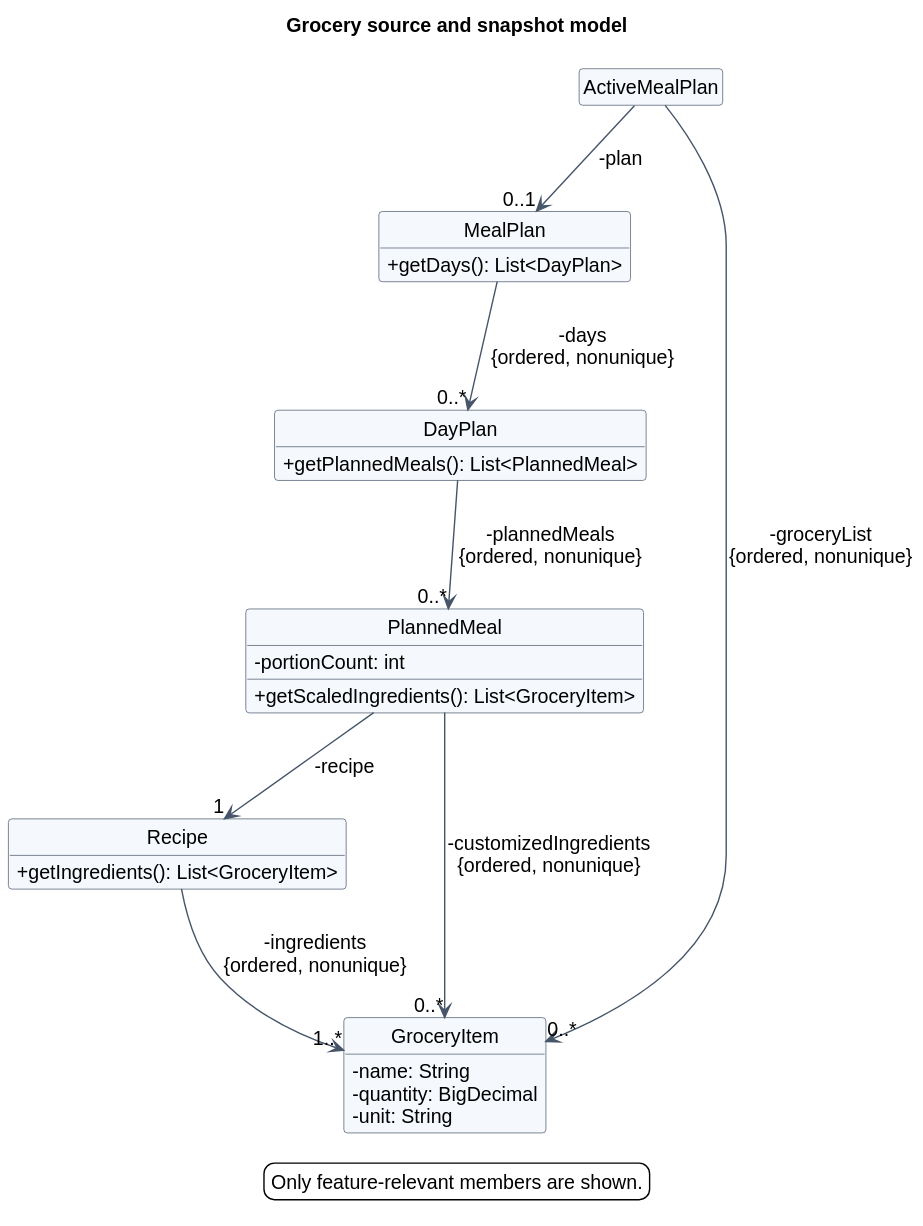
Before: docs/images/oilybikechain/grocery-model-classes.svg, a diagram exported from PlantUML (Rixte/tp). Source of this version:
```plantuml
@startuml
!pragma layout smetana
!include ../rixte/shortfall/style.iuml
hide circle

title Grocery source and snapshot model
top to bottom direction
skinparam nodesep 35
skinparam ranksep 55
hide empty members

class ActiveMealPlan
class MealPlan {
  + getDays(): List<DayPlan>
}
class DayPlan {
  + getPlannedMeals(): List<PlannedMeal>
}
class PlannedMeal {
  - portionCount: int
  + getScaledIngredients(): List<GroceryItem>
}
class Recipe {
  + getIngredients(): List<GroceryItem>
}
class GroceryItem {
  - name: String
  - quantity: BigDecimal
  - unit: String
}

ActiveMealPlan --> "0..1" MealPlan : -plan
ActiveMealPlan --> "0..*" GroceryItem : -groceryList\n{ordered, nonunique}
MealPlan --> "0..*" DayPlan : -days\n{ordered, nonunique}
DayPlan --> "0..*" PlannedMeal : -plannedMeals\n{ordered, nonunique}
PlannedMeal --> "1" Recipe : -recipe
PlannedMeal --> "0..*" GroceryItem : -customizedIngredients\n{ordered, nonunique}
Recipe --> "1..*" GroceryItem : -ingredients\n{ordered, nonunique}

legend bottom
  Only feature-relevant members are shown.
endlegend
@enduml
```
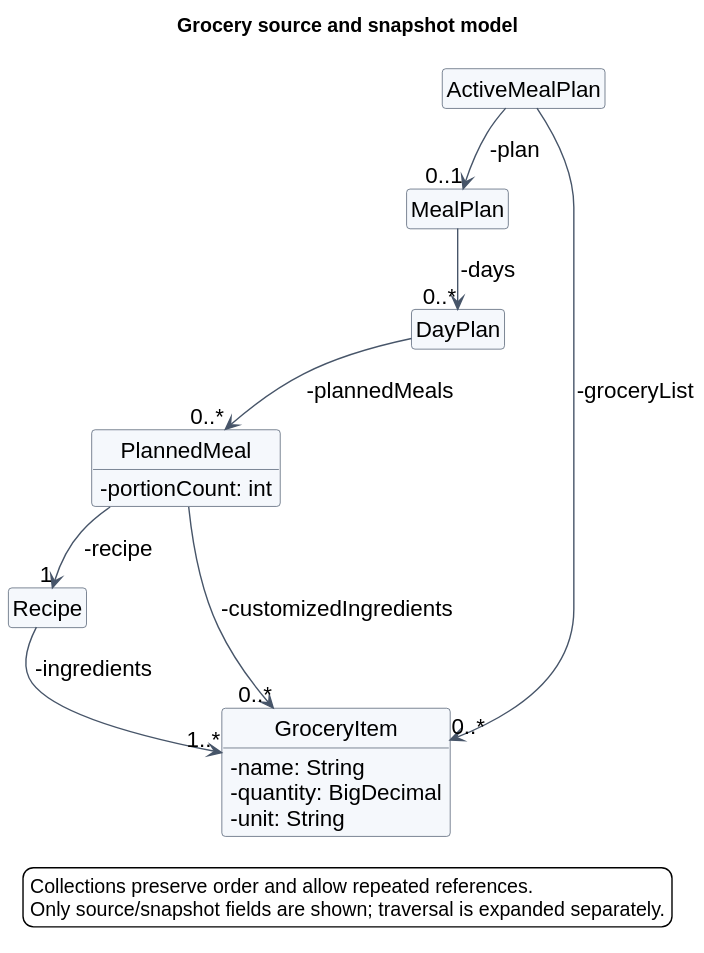
Above is the later version.

What changed in the source:
```diff
@@ -5,39 +5,35 @@
 
 title Grocery source and snapshot model
 top to bottom direction
-skinparam nodesep 35
-skinparam ranksep 55
+skinparam nodesep 30
+skinparam ranksep 35
+skinparam defaultFontSize 16
 hide empty members
 
 class ActiveMealPlan
-class MealPlan {
-  + getDays(): List<DayPlan>
-}
-class DayPlan {
-  + getPlannedMeals(): List<PlannedMeal>
-}
+class MealPlan
+class DayPlan
 class PlannedMeal {
   - portionCount: int
-  + getScaledIngredients(): List<GroceryItem>
 }
-class Recipe {
-  + getIngredients(): List<GroceryItem>
-}
+class Recipe
 class GroceryItem {
   - name: String
   - quantity: BigDecimal
   - unit: String
 }
 
-ActiveMealPlan --> "0..1" MealPlan : -plan
-ActiveMealPlan --> "0..*" GroceryItem : -groceryList\n{ordered, nonunique}
-MealPlan --> "0..*" DayPlan : -days\n{ordered, nonunique}
-DayPlan --> "0..*" PlannedMeal : -plannedMeals\n{ordered, nonunique}
-PlannedMeal --> "1" Recipe : -recipe
-PlannedMeal --> "0..*" GroceryItem : -customizedIngredients\n{ordered, nonunique}
-Recipe --> "1..*" GroceryItem : -ingredients\n{ordered, nonunique}
+ActiveMealPlan -down-> "0..1" MealPlan : -plan
+ActiveMealPlan --> "0..*" GroceryItem : -groceryList
+MealPlan -down-> "0..*" DayPlan : -days
+DayPlan -down-> "0..*" PlannedMeal : -plannedMeals
+PlannedMeal -down-> "1" Recipe : -recipe
+PlannedMeal --> "0..*" GroceryItem : -customizedIngredients
+Recipe --> "1..*" GroceryItem : -ingredients
+DayPlan -[hidden]right-> GroceryItem
 
 legend bottom
-  Only feature-relevant members are shown.
+  Collections preserve order and allow repeated references.
+  Only source/snapshot fields are shown; traversal is expanded separately.
 endlegend
 @enduml
```
